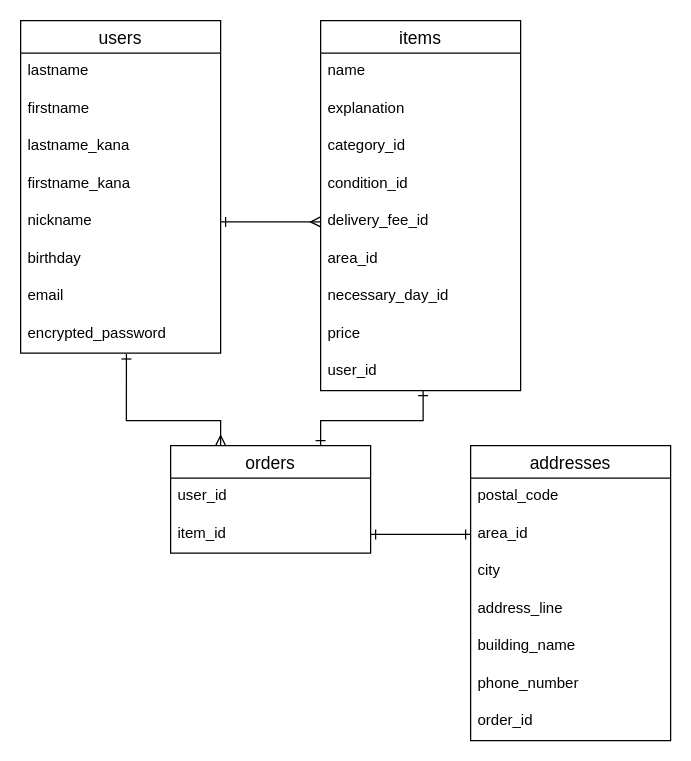
Earlier version of the draw.io diagram ER.dio (masaki511/furima-31545). Source tidied: cells renumbered, new cells numbered last; positions are measured from the earlier drawing's top-left corner, leaving out a move shared by most shapes. Both pictures are drawn from the tidied source at 125%, with x=0, y=0 at pixel (20, 20).
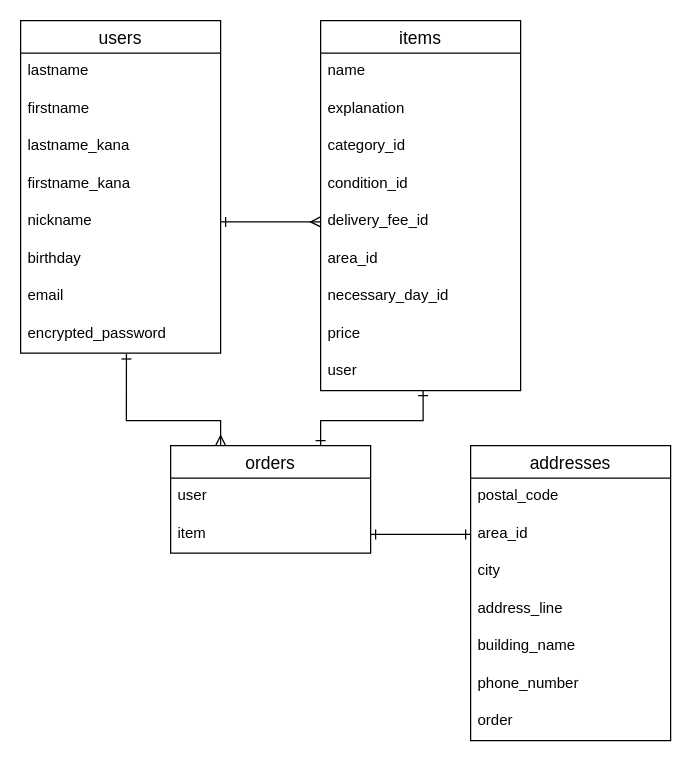
Above is the later version.

Commit message:
データベース設計の修正_ER図の修正

Unchanged cells that the change refers to:
```xml
<mxCell id="11" value="items" style="swimlane;fontStyle=0;horizontal=1;startSize=26;align=center;fontSize=14;" parent="1" vertex="1">
  <mxGeometry x="240" width="160" height="296" as="geometry" />
</mxCell>
<mxCell id="23" value="orders" style="swimlane;fontStyle=0;horizontal=1;startSize=26;align=center;fontSize=14;" parent="1" vertex="1">
  <mxGeometry x="120" y="340" width="160" height="86" as="geometry" />
</mxCell>
<mxCell id="26" value="addresses" style="swimlane;fontStyle=0;horizontal=1;startSize=26;align=center;fontSize=14;" parent="1" vertex="1">
  <mxGeometry x="360" y="340" width="160" height="236" as="geometry" />
</mxCell>
```

Change to the diagram source:
```diff
@@
-    <mxCell id="20" value="user_id" style="text;strokeColor=none;fillColor=none;spacingLeft=4;spacingRight=4;overflow=hidden;fontSize=12;" parent="11" vertex="1">
+    <mxCell id="20" value="user" style="text;strokeColor=none;fillColor=none;spacingLeft=4;spacingRight=4;overflow=hidden;fontSize=12;" parent="11" vertex="1">
       <mxGeometry y="266" width="160" height="30" as="geometry" />
     </mxCell>
@@
-    <mxCell id="24" value="user_id" style="text;strokeColor=none;fillColor=none;spacingLeft=4;spacingRight=4;overflow=hidden;fontSize=12;" parent="23" vertex="1">
+    <mxCell id="24" value="user" style="text;strokeColor=none;fillColor=none;spacingLeft=4;spacingRight=4;overflow=hidden;fontSize=12;" parent="23" vertex="1">
       <mxGeometry y="26" width="160" height="30" as="geometry" />
     </mxCell>
-    <mxCell id="25" value="item_id" style="text;strokeColor=none;fillColor=none;spacingLeft=4;spacingRight=4;overflow=hidden;points=[[0,0.5],[1,0.5]];portConstraint=eastwest;fontSize=12;" parent="23" vertex="1">
+    <mxCell id="25" value="item" style="text;strokeColor=none;fillColor=none;spacingLeft=4;spacingRight=4;overflow=hidden;points=[[0,0.5],[1,0.5]];portConstraint=eastwest;fontSize=12;" parent="23" vertex="1">
       <mxGeometry y="56" width="160" height="30" as="geometry" />
     </mxCell>
@@
-    <mxCell id="33" value="order_id" style="text;strokeColor=none;fillColor=none;spacingLeft=4;spacingRight=4;overflow=hidden;fontSize=12;" parent="26" vertex="1">
+    <mxCell id="33" value="order" style="text;strokeColor=none;fillColor=none;spacingLeft=4;spacingRight=4;overflow=hidden;fontSize=12;" parent="26" vertex="1">
       <mxGeometry y="206" width="160" height="30" as="geometry" />
     </mxCell>
```
